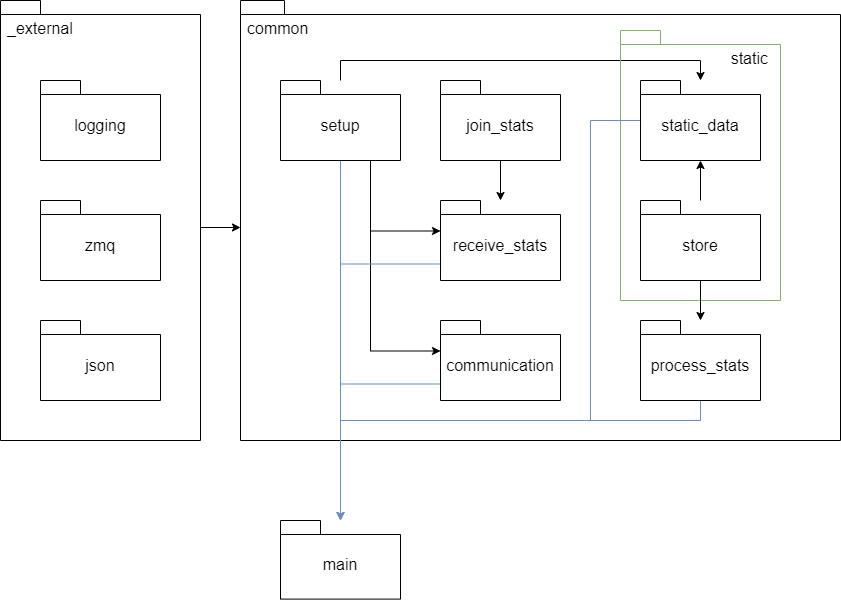
Before: docs/diagrams/packets/sink.png, a diagram exported from draw.io (n-zu/DISTRIBUIDOS-TP1). Source tidied: cells renumbered, new cells last; positions are measured from the earlier drawing's top-left corner, leaving out a move shared by most shapes. Source of this version:
```xml
<mxGraphModel>
  <root>
    <mxCell id="0" />
    <mxCell id="1" parent="0" />
    <mxCell id="2" value="common" style="shape=folder;fontStyle=0;spacingTop=12;tabWidth=40;tabHeight=14;tabPosition=left;html=1;whiteSpace=wrap;fontSize=16;align=left;horizontal=1;verticalAlign=top;spacingLeft=5;fillColor=none;" parent="1" vertex="1">
      <mxGeometry x="240" width="600" height="440" as="geometry" />
    </mxCell>
    <mxCell id="3" style="edgeStyle=orthogonalEdgeStyle;rounded=0;jettySize=auto;html=1;fillColor=#dae8fc;strokeColor=#6c8ebf;" parent="1" edge="1" source="7" target="13">
      <mxGeometry relative="1" as="geometry" />
    </mxCell>
    <mxCell id="4" style="edgeStyle=orthogonalEdgeStyle;rounded=0;jettySize=auto;html=1;exitX=0.75;exitY=1;exitDx=0;exitDy=0;exitPerimeter=0;entryX=0;entryY=0;entryDx=0;entryDy=30.5;entryPerimeter=0;" parent="1" edge="1" source="7" target="22">
      <mxGeometry relative="1" as="geometry" />
    </mxCell>
    <mxCell id="5" style="edgeStyle=orthogonalEdgeStyle;rounded=0;jettySize=auto;html=1;exitX=0.75;exitY=1;exitDx=0;exitDy=0;exitPerimeter=0;entryX=0;entryY=0;entryDx=0;entryDy=30.5;entryPerimeter=0;" parent="1" edge="1" source="7" target="16">
      <mxGeometry relative="1" as="geometry" />
    </mxCell>
    <mxCell id="6" style="edgeStyle=orthogonalEdgeStyle;rounded=0;jettySize=auto;html=1;" parent="1" edge="1" source="7" target="24">
      <mxGeometry relative="1" as="geometry">
        <Array as="points">
          <mxPoint x="340" y="60" />
          <mxPoint x="700" y="60" />
        </Array>
      </mxGeometry>
    </mxCell>
    <mxCell id="7" value="setup" style="shape=folder;fontStyle=0;spacingTop=10;tabWidth=40;tabHeight=14;tabPosition=left;html=1;whiteSpace=wrap;fontSize=16;" parent="1" vertex="1">
      <mxGeometry x="280" y="80" width="120" height="80" as="geometry" />
    </mxCell>
    <mxCell id="8" style="edgeStyle=orthogonalEdgeStyle;rounded=0;jettySize=auto;html=1;exitX=0;exitY=0;exitDx=200;exitDy=227;exitPerimeter=0;entryX=0;entryY=0;entryDx=0;entryDy=227;entryPerimeter=0;" parent="1" edge="1" source="9" target="2">
      <mxGeometry relative="1" as="geometry" />
    </mxCell>
    <mxCell id="9" value="_external" style="shape=folder;fontStyle=0;spacingTop=12;tabWidth=40;tabHeight=14;tabPosition=left;html=1;whiteSpace=wrap;fontSize=16;align=left;horizontal=1;verticalAlign=top;spacingLeft=5;fillColor=none;" parent="1" vertex="1">
      <mxGeometry width="200" height="440" as="geometry" />
    </mxCell>
    <mxCell id="10" value="logging" style="shape=folder;fontStyle=0;spacingTop=10;tabWidth=40;tabHeight=14;tabPosition=left;html=1;whiteSpace=wrap;fontSize=16;" parent="1" vertex="1">
      <mxGeometry x="40" y="80" width="120" height="80" as="geometry" />
    </mxCell>
    <mxCell id="11" value="zmq" style="shape=folder;fontStyle=0;spacingTop=10;tabWidth=40;tabHeight=14;tabPosition=left;html=1;whiteSpace=wrap;fontSize=16;" parent="1" vertex="1">
      <mxGeometry x="40" y="200" width="120" height="80" as="geometry" />
    </mxCell>
    <mxCell id="12" value="json" style="shape=folder;fontStyle=0;spacingTop=10;tabWidth=40;tabHeight=14;tabPosition=left;html=1;whiteSpace=wrap;fontSize=16;" parent="1" vertex="1">
      <mxGeometry x="40" y="320" width="120" height="80" as="geometry" />
    </mxCell>
    <mxCell id="13" value="main" style="shape=folder;fontStyle=0;spacingTop=10;tabWidth=40;tabHeight=14;tabPosition=left;html=1;whiteSpace=wrap;fontSize=16;" parent="1" vertex="1">
      <mxGeometry x="280" y="520" width="120" height="78.6" as="geometry" />
    </mxCell>
    <mxCell id="14" value="static" style="shape=folder;fontStyle=0;spacingTop=12;tabWidth=40;tabHeight=14;tabPosition=left;html=1;whiteSpace=wrap;fontSize=16;align=right;horizontal=1;verticalAlign=top;spacingLeft=5;fillColor=none;spacingRight=10;strokeColor=#82b366;" parent="1" vertex="1">
      <mxGeometry x="620" y="30" width="160" height="270" as="geometry" />
    </mxCell>
    <mxCell id="15" style="edgeStyle=orthogonalEdgeStyle;rounded=0;jettySize=auto;html=1;exitX=0;exitY=0;exitDx=0;exitDy=63.5;exitPerimeter=0;fillColor=#dae8fc;strokeColor=#6c8ebf;" parent="1" edge="1" source="16" target="13">
      <mxGeometry relative="1" as="geometry" />
    </mxCell>
    <mxCell id="16" value="communication" style="shape=folder;fontStyle=0;spacingTop=10;tabWidth=40;tabHeight=14;tabPosition=left;html=1;whiteSpace=wrap;fontSize=16;" parent="1" vertex="1">
      <mxGeometry x="440" y="320" width="120" height="80" as="geometry" />
    </mxCell>
    <mxCell id="17" style="edgeStyle=orthogonalEdgeStyle;rounded=0;jettySize=auto;html=1;" parent="1" edge="1" source="18" target="22">
      <mxGeometry relative="1" as="geometry" />
    </mxCell>
    <mxCell id="18" value="join_stats" style="shape=folder;fontStyle=0;spacingTop=10;tabWidth=40;tabHeight=14;tabPosition=left;html=1;whiteSpace=wrap;fontSize=16;" parent="1" vertex="1">
      <mxGeometry x="440" y="80" width="120" height="80" as="geometry" />
    </mxCell>
    <mxCell id="19" style="edgeStyle=orthogonalEdgeStyle;rounded=0;jettySize=auto;html=1;fillColor=#dae8fc;strokeColor=#6c8ebf;endArrow=none;endFill=0;" parent="1" edge="1" source="20">
      <mxGeometry relative="1" as="geometry">
        <mxPoint x="340" y="430" as="targetPoint" />
        <Array as="points">
          <mxPoint x="700" y="420" />
          <mxPoint x="340" y="420" />
        </Array>
      </mxGeometry>
    </mxCell>
    <mxCell id="20" value="process_stats" style="shape=folder;fontStyle=0;spacingTop=10;tabWidth=40;tabHeight=14;tabPosition=left;html=1;whiteSpace=wrap;fontSize=16;" parent="1" vertex="1">
      <mxGeometry x="640" y="320" width="120" height="80" as="geometry" />
    </mxCell>
    <mxCell id="21" style="edgeStyle=orthogonalEdgeStyle;rounded=0;jettySize=auto;html=1;exitX=0;exitY=0;exitDx=0;exitDy=63.5;exitPerimeter=0;fillColor=#dae8fc;strokeColor=#6c8ebf;" parent="1" edge="1" source="22" target="13">
      <mxGeometry relative="1" as="geometry" />
    </mxCell>
    <mxCell id="22" value="receive_stats" style="shape=folder;fontStyle=0;spacingTop=10;tabWidth=40;tabHeight=14;tabPosition=left;html=1;whiteSpace=wrap;fontSize=16;" parent="1" vertex="1">
      <mxGeometry x="440" y="200" width="120" height="80" as="geometry" />
    </mxCell>
    <mxCell id="23" style="edgeStyle=orthogonalEdgeStyle;rounded=0;jettySize=auto;html=1;fillColor=#dae8fc;strokeColor=#6c8ebf;endArrow=none;endFill=0;" parent="1" edge="1" source="24">
      <mxGeometry relative="1" as="geometry">
        <mxPoint x="600" y="420" as="targetPoint" />
        <Array as="points">
          <mxPoint x="590" y="120" />
          <mxPoint x="590" y="420" />
        </Array>
      </mxGeometry>
    </mxCell>
    <mxCell id="24" value="static_data" style="shape=folder;fontStyle=0;spacingTop=10;tabWidth=40;tabHeight=14;tabPosition=left;html=1;whiteSpace=wrap;fontSize=16;" parent="1" vertex="1">
      <mxGeometry x="640" y="80" width="120" height="80" as="geometry" />
    </mxCell>
    <mxCell id="25" style="edgeStyle=orthogonalEdgeStyle;rounded=0;jettySize=auto;html=1;" parent="1" edge="1" source="27" target="20">
      <mxGeometry relative="1" as="geometry" />
    </mxCell>
    <mxCell id="26" style="edgeStyle=orthogonalEdgeStyle;rounded=0;jettySize=auto;html=1;" parent="1" edge="1" source="27" target="24">
      <mxGeometry relative="1" as="geometry" />
    </mxCell>
    <mxCell id="27" value="store" style="shape=folder;fontStyle=0;spacingTop=10;tabWidth=40;tabHeight=14;tabPosition=left;html=1;whiteSpace=wrap;fontSize=16;" parent="1" vertex="1">
      <mxGeometry x="640" y="200" width="120" height="80" as="geometry" />
    </mxCell>
  </root>
</mxGraphModel>
```
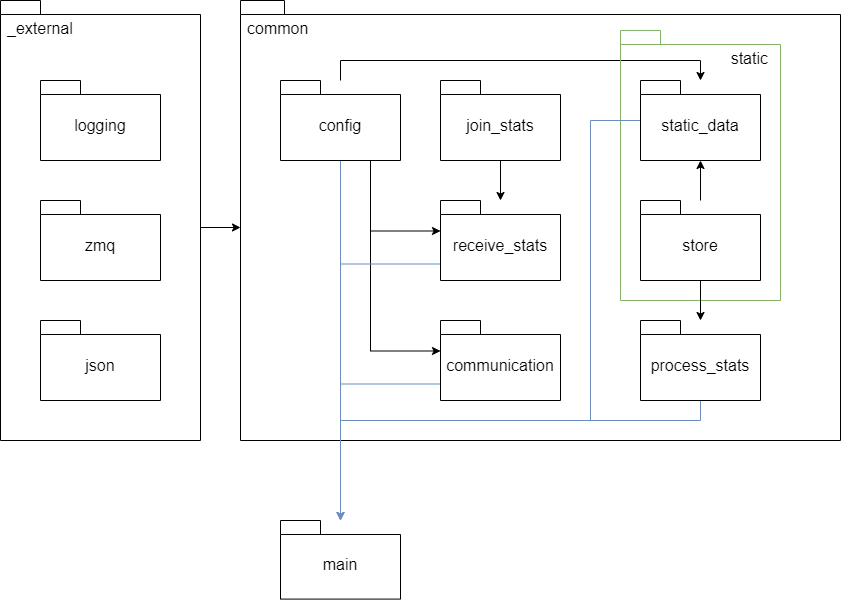
After the commit.

The edit, as a diff of the source:
```diff
@@ -22,7 +22,7 @@
         </Array>
       </mxGeometry>
     </mxCell>
-    <mxCell id="7" value="setup" style="shape=folder;fontStyle=0;spacingTop=10;tabWidth=40;tabHeight=14;tabPosition=left;html=1;whiteSpace=wrap;fontSize=16;" parent="1" vertex="1">
+    <mxCell id="7" value="config" style="shape=folder;fontStyle=0;spacingTop=10;tabWidth=40;tabHeight=14;tabPosition=left;html=1;whiteSpace=wrap;fontSize=16;" parent="1" vertex="1">
       <mxGeometry x="280" y="80" width="120" height="80" as="geometry" />
     </mxCell>
     <mxCell id="8" style="edgeStyle=orthogonalEdgeStyle;rounded=0;jettySize=auto;html=1;exitX=0;exitY=0;exitDx=200;exitDy=227;exitPerimeter=0;entryX=0;entryY=0;entryDx=0;entryDy=227;entryPerimeter=0;" parent="1" edge="1" source="9" target="2">
```
